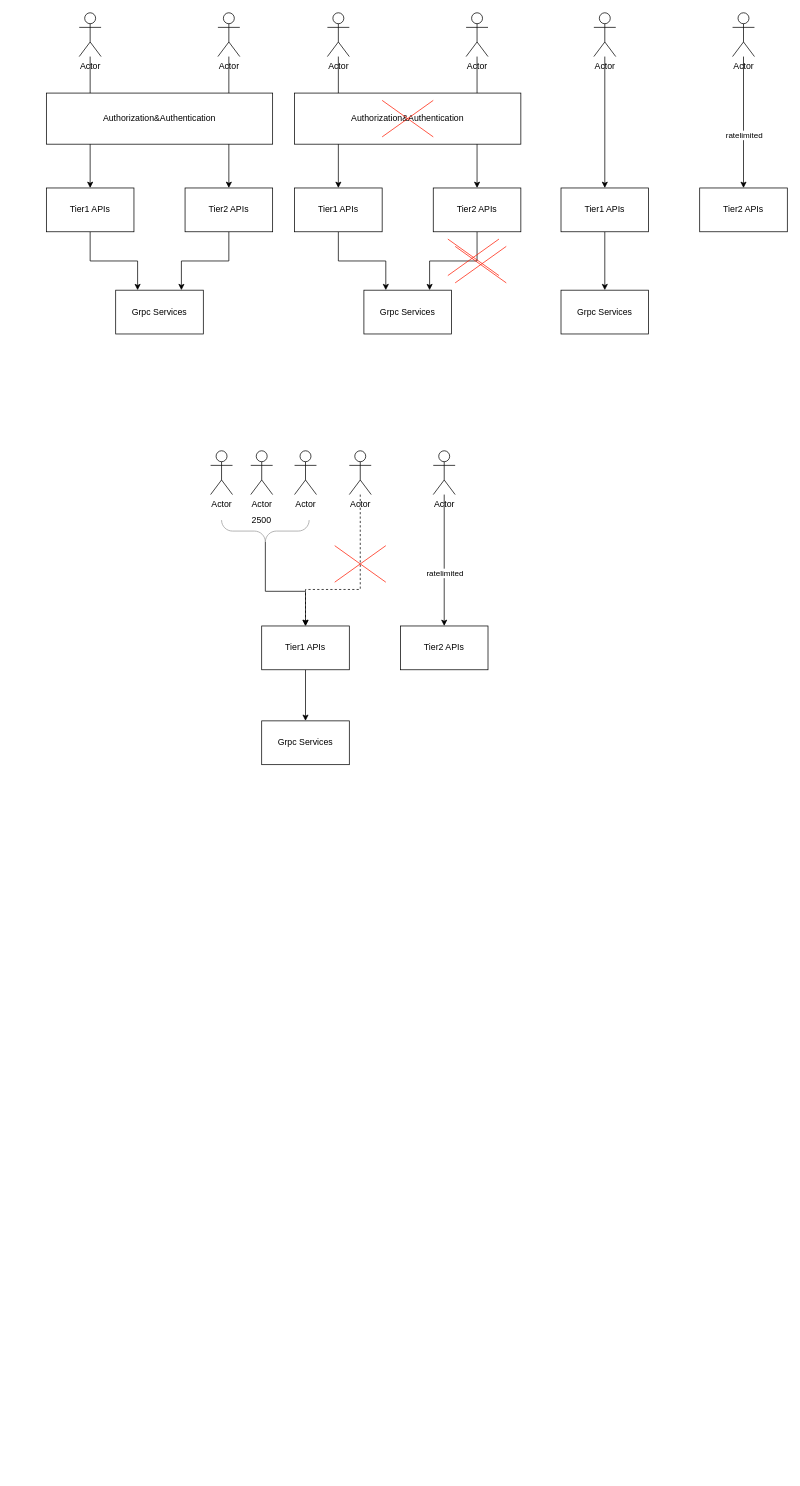
This is API Downgrade.drawio from evagle/awesome, a draw.io file, before an edit. Source tidied: cells renumbered, new cells numbered last; positions are measured from the earlier drawing's top-left corner, leaving out a move shared by most shapes. Both pictures are drawn from the tidied source at 73%, with x=0, y=0 at pixel (46, 12). Pictures stored in the file or linked from it are replaced by grey dashed boxes.
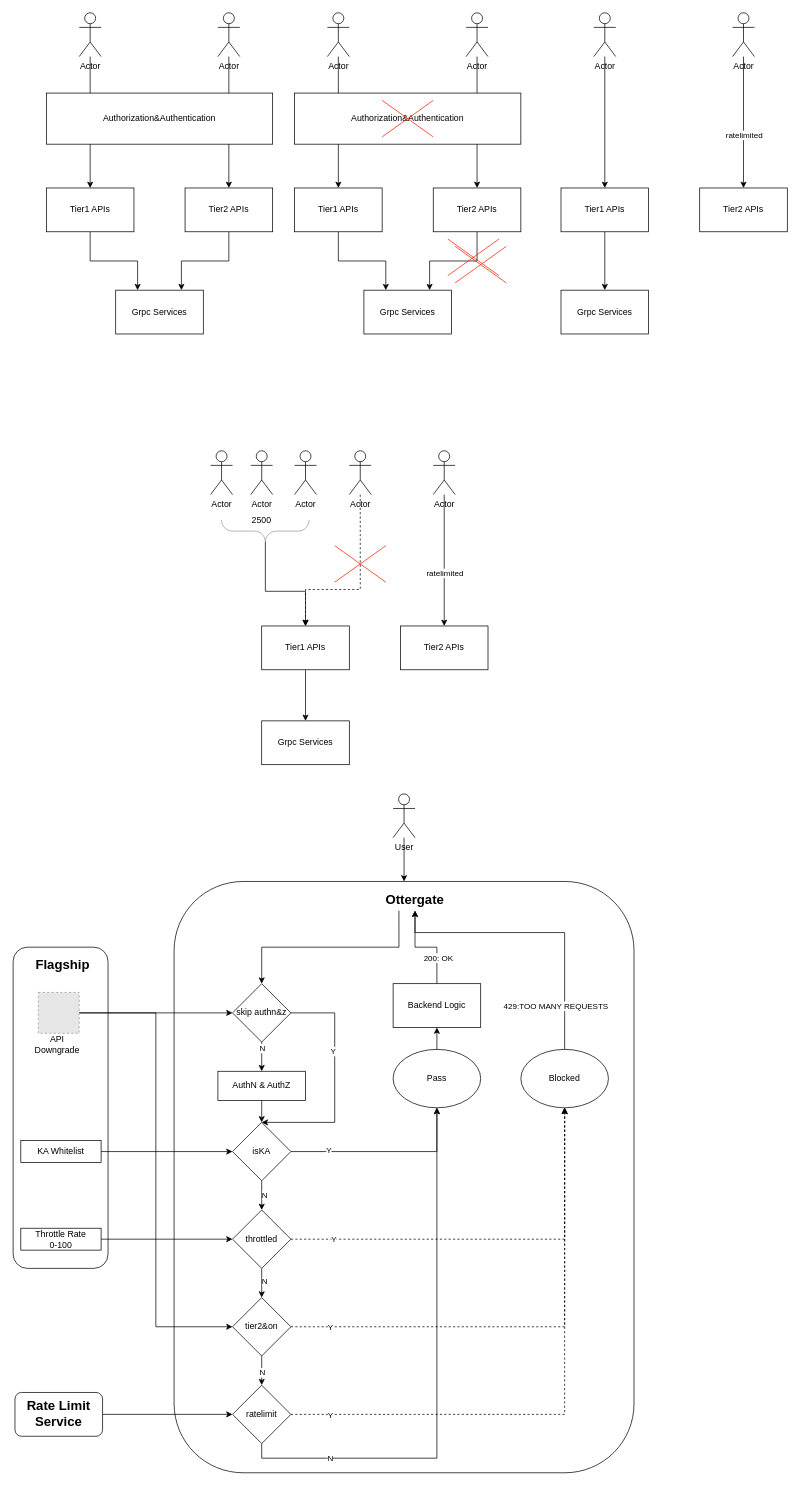
Above is the later version.

The edit, as a diff of the source:
```diff
@@
+    <mxCell id="58" style="rounded=1;whiteSpace=wrap;html=1;" parent="1" vertex="1">
+      <mxGeometry x="175" y="1190" width="630" height="810" as="geometry" />
+    </mxCell>
@@
+    <mxCell id="59" style="edgeStyle=orthogonalEdgeStyle;rounded=0;jettySize=auto;html=1;entryX=0.5;entryY=0;entryDx=0;entryDy=0;exitX=0.5;exitY=1;exitDx=0;exitDy=0;" parent="1" edge="1" source="105" target="66">
+      <mxGeometry relative="1" as="geometry" />
+    </mxCell>
+    <mxCell id="60" value="N" style="edgeLabel;html=1;align=center;verticalAlign=middle;" parent="59" vertex="1">
+      <mxGeometry x="-0.6" relative="1" as="geometry" />
+    </mxCell>
+    <mxCell id="61" style="edgeStyle=orthogonalEdgeStyle;rounded=0;jettySize=auto;html=1;entryX=0.5;entryY=0;entryDx=0;entryDy=0;" parent="1" edge="1" source="62" target="58">
+      <mxGeometry relative="1" as="geometry" />
+    </mxCell>
+    <mxCell id="62" value="User" style="shape=umlActor;verticalLabelPosition=bottom;verticalAlign=top;html=1;outlineConnect=0;" parent="1" vertex="1">
+      <mxGeometry x="475" y="1070" width="30" height="60" as="geometry" />
+    </mxCell>
+    <mxCell id="63" style="edgeStyle=orthogonalEdgeStyle;rounded=0;jettySize=auto;html=1;exitX=0.133;exitY=1;exitDx=0;exitDy=0;entryX=0.5;entryY=0;entryDx=0;entryDy=0;exitPerimeter=0;" parent="1" edge="1" source="64" target="105">
+      <mxGeometry relative="1" as="geometry" />
+    </mxCell>
+    <mxCell id="64" value="&lt;b&gt;&lt;font style=&quot;font-size: 18px;&quot;&gt;Ottergate&lt;/font&gt;&lt;/b&gt;" style="text;html=1;strokeColor=none;fillColor=none;align=center;verticalAlign=middle;whiteSpace=wrap;rounded=0;" parent="1" vertex="1">
+      <mxGeometry x="475" y="1200" width="60" height="30" as="geometry" />
+    </mxCell>
+    <mxCell id="65" style="edgeStyle=orthogonalEdgeStyle;rounded=0;jettySize=auto;html=1;exitX=0.5;exitY=1;exitDx=0;exitDy=0;entryX=0.5;entryY=0;entryDx=0;entryDy=0;" parent="1" edge="1" source="66" target="75">
+      <mxGeometry relative="1" as="geometry" />
+    </mxCell>
+    <mxCell id="66" value="AuthN &amp;amp; AuthZ" style="rounded=0;whiteSpace=wrap;html=1;" parent="1" vertex="1">
+      <mxGeometry x="235" y="1450" width="120" height="40" as="geometry" />
+    </mxCell>
+    <mxCell id="67" style="rounded=1;whiteSpace=wrap;html=1;" parent="1" vertex="1">
+      <mxGeometry x="-45.5" y="1280" width="130" height="440" as="geometry" />
+    </mxCell>
+    <mxCell id="68" value="&lt;b&gt;&lt;font style=&quot;font-size: 18px;&quot;&gt;Flagship&lt;/font&gt;&lt;/b&gt;" style="text;html=1;strokeColor=none;fillColor=none;align=center;verticalAlign=middle;whiteSpace=wrap;rounded=0;" parent="1" vertex="1">
+      <mxGeometry x="-25" y="1290" width="95" height="30" as="geometry" />
+    </mxCell>
+    <mxCell id="69" style="edgeStyle=orthogonalEdgeStyle;rounded=0;jettySize=auto;html=1;exitX=1;exitY=0.5;exitDx=0;exitDy=0;entryX=0;entryY=0.5;entryDx=0;entryDy=0;" parent="1" edge="1" source="70" target="75">
+      <mxGeometry relative="1" as="geometry" />
+    </mxCell>
+    <mxCell id="70" value="KA Whitelist" style="rounded=0;whiteSpace=wrap;html=1;" parent="1" vertex="1">
+      <mxGeometry x="-35" y="1545" width="110" height="30" as="geometry" />
+    </mxCell>
+    <mxCell id="71" style="edgeStyle=orthogonalEdgeStyle;rounded=0;jettySize=auto;html=1;entryX=0.5;entryY=1;entryDx=0;entryDy=0;" parent="1" edge="1" source="75" target="84">
+      <mxGeometry relative="1" as="geometry" />
+    </mxCell>
+    <mxCell id="72" value="Y" style="edgeLabel;html=1;align=center;verticalAlign=middle;" parent="71" vertex="1">
+      <mxGeometry x="-0.61" y="2" relative="1" as="geometry" />
+    </mxCell>
+    <mxCell id="73" style="edgeStyle=orthogonalEdgeStyle;rounded=0;jettySize=auto;html=1;exitX=0.5;exitY=1;exitDx=0;exitDy=0;entryX=0.5;entryY=0;entryDx=0;entryDy=0;" parent="1" edge="1" source="75" target="82">
+      <mxGeometry relative="1" as="geometry" />
+    </mxCell>
+    <mxCell id="74" value="N" style="edgeLabel;html=1;align=center;verticalAlign=middle;" parent="73" vertex="1">
+      <mxGeometry x="-0.05" y="3" relative="1" as="geometry" />
+    </mxCell>
+    <mxCell id="75" value="isKA" style="rhombus;whiteSpace=wrap;html=1;" parent="1" vertex="1">
+      <mxGeometry x="255" y="1520" width="80" height="80" as="geometry" />
+    </mxCell>
+    <mxCell id="76" style="edgeStyle=orthogonalEdgeStyle;rounded=0;jettySize=auto;html=1;exitX=1;exitY=0.5;exitDx=0;exitDy=0;" parent="1" edge="1" source="77" target="82">
+      <mxGeometry relative="1" as="geometry" />
+    </mxCell>
+    <mxCell id="77" value="Throttle Rate&lt;br&gt;0-100" style="rounded=0;whiteSpace=wrap;html=1;" parent="1" vertex="1">
+      <mxGeometry x="-35" y="1665" width="110" height="30" as="geometry" />
+    </mxCell>
+    <mxCell id="78" style="edgeStyle=orthogonalEdgeStyle;rounded=0;jettySize=auto;html=1;exitX=1;exitY=0.5;exitDx=0;exitDy=0;entryX=0.5;entryY=1;entryDx=0;entryDy=0;dashed=1;" parent="1" edge="1" source="82" target="87">
+      <mxGeometry relative="1" as="geometry" />
+    </mxCell>
+    <mxCell id="79" value="Y" style="edgeLabel;html=1;align=center;verticalAlign=middle;" parent="78" vertex="1">
+      <mxGeometry x="-0.87" y="-2" relative="1" as="geometry">
+        <mxPoint x="22" y="-2" as="offset" />
+      </mxGeometry>
+    </mxCell>
+    <mxCell id="80" style="edgeStyle=orthogonalEdgeStyle;rounded=0;jettySize=auto;html=1;exitX=0.5;exitY=1;exitDx=0;exitDy=0;entryX=0.5;entryY=0;entryDx=0;entryDy=0;" parent="1" edge="1" source="82" target="92">
+      <mxGeometry relative="1" as="geometry" />
+    </mxCell>
+    <mxCell id="81" value="N" style="edgeLabel;html=1;align=center;verticalAlign=middle;" parent="80" vertex="1">
+      <mxGeometry x="-0.15" y="3" relative="1" as="geometry" />
+    </mxCell>
+    <mxCell id="82" value="throttled" style="rhombus;whiteSpace=wrap;html=1;" parent="1" vertex="1">
+      <mxGeometry x="255" y="1640" width="80" height="80" as="geometry" />
+    </mxCell>
+    <mxCell id="83" style="edgeStyle=orthogonalEdgeStyle;rounded=0;jettySize=auto;html=1;exitX=0.5;exitY=0;exitDx=0;exitDy=0;entryX=0.5;entryY=1;entryDx=0;entryDy=0;" parent="1" edge="1" source="84" target="102">
+      <mxGeometry relative="1" as="geometry" />
+    </mxCell>
+    <mxCell id="84" value="Pass" style="ellipse;whiteSpace=wrap;html=1;" parent="1" vertex="1">
+      <mxGeometry x="475" y="1420" width="120" height="80" as="geometry" />
+    </mxCell>
+    <mxCell id="85" style="edgeStyle=orthogonalEdgeStyle;rounded=0;jettySize=auto;html=1;exitX=0.5;exitY=0;exitDx=0;exitDy=0;entryX=0.5;entryY=1;entryDx=0;entryDy=0;" parent="1" edge="1" source="87" target="64">
+      <mxGeometry relative="1" as="geometry">
+        <Array as="points">
+          <mxPoint x="710" y="1260" />
+        </Array>
+      </mxGeometry>
+    </mxCell>
+    <mxCell id="86" value="429:TOO MANY REQUESTS" style="edgeLabel;html=1;align=center;verticalAlign=middle;" parent="85" vertex="1">
+      <mxGeometry x="0.19" y="2" relative="1" as="geometry">
+        <mxPoint x="62" y="98" as="offset" />
+      </mxGeometry>
+    </mxCell>
+    <mxCell id="87" value="Blocked" style="ellipse;whiteSpace=wrap;html=1;" parent="1" vertex="1">
+      <mxGeometry x="650" y="1420" width="120" height="80" as="geometry" />
+    </mxCell>
+    <mxCell id="88" style="edgeStyle=orthogonalEdgeStyle;rounded=0;jettySize=auto;html=1;entryX=0.5;entryY=1;entryDx=0;entryDy=0;dashed=1;" parent="1" edge="1" source="92" target="87">
+      <mxGeometry relative="1" as="geometry" />
+    </mxCell>
+    <mxCell id="89" value="Y" style="edgeLabel;html=1;align=center;verticalAlign=middle;" parent="88" vertex="1">
+      <mxGeometry x="-0.75" y="-1" relative="1" as="geometry">
+        <mxPoint x="-31" y="-1" as="offset" />
+      </mxGeometry>
+    </mxCell>
+    <mxCell id="90" style="edgeStyle=orthogonalEdgeStyle;rounded=0;jettySize=auto;html=1;exitX=0.5;exitY=1;exitDx=0;exitDy=0;entryX=0.5;entryY=0;entryDx=0;entryDy=0;" parent="1" edge="1" source="92" target="99">
+      <mxGeometry relative="1" as="geometry" />
+    </mxCell>
+    <mxCell id="91" value="N" style="edgeLabel;html=1;align=center;verticalAlign=middle;" parent="90" vertex="1">
+      <mxGeometry x="0.1" relative="1" as="geometry" />
+    </mxCell>
+    <mxCell id="92" value="tier2&amp;amp;on" style="rhombus;whiteSpace=wrap;html=1;" parent="1" vertex="1">
+      <mxGeometry x="255" y="1760" width="80" height="80" as="geometry" />
+    </mxCell>
+    <mxCell id="93" style="edgeStyle=orthogonalEdgeStyle;rounded=0;jettySize=auto;html=1;exitX=1;exitY=0.5;exitDx=0;exitDy=0;" parent="1" edge="1" source="94" target="99">
+      <mxGeometry relative="1" as="geometry" />
+    </mxCell>
+    <mxCell id="94" value="&lt;b&gt;&lt;font style=&quot;font-size: 18px;&quot;&gt;Rate Limit Service&lt;/font&gt;&lt;/b&gt;" style="rounded=1;whiteSpace=wrap;html=1;" parent="1" vertex="1">
+      <mxGeometry x="-43" y="1890" width="120" height="60" as="geometry" />
+    </mxCell>
+    <mxCell id="95" style="edgeStyle=orthogonalEdgeStyle;rounded=0;jettySize=auto;html=1;exitX=1;exitY=0.5;exitDx=0;exitDy=0;entryX=0.5;entryY=1;entryDx=0;entryDy=0;dashed=1;" parent="1" edge="1" source="99" target="87">
+      <mxGeometry relative="1" as="geometry" />
+    </mxCell>
+    <mxCell id="96" value="Y" style="edgeLabel;html=1;align=center;verticalAlign=middle;" parent="95" vertex="1">
+      <mxGeometry x="-0.77" y="2" relative="1" as="geometry">
+        <mxPoint x="-38" y="2" as="offset" />
+      </mxGeometry>
+    </mxCell>
+    <mxCell id="97" style="edgeStyle=orthogonalEdgeStyle;rounded=0;jettySize=auto;html=1;exitX=0.5;exitY=1;exitDx=0;exitDy=0;entryX=0.5;entryY=1;entryDx=0;entryDy=0;" parent="1" edge="1" source="99" target="84">
+      <mxGeometry relative="1" as="geometry" />
+    </mxCell>
+    <mxCell id="98" value="N" style="edgeLabel;html=1;align=center;verticalAlign=middle;" parent="97" vertex="1">
+      <mxGeometry x="-0.72" relative="1" as="geometry">
+        <mxPoint x="9" as="offset" />
+      </mxGeometry>
+    </mxCell>
+    <mxCell id="99" value="ratelimit" style="rhombus;whiteSpace=wrap;html=1;" parent="1" vertex="1">
+      <mxGeometry x="255" y="1880" width="80" height="80" as="geometry" />
+    </mxCell>
+    <mxCell id="100" style="edgeStyle=orthogonalEdgeStyle;rounded=0;jettySize=auto;html=1;exitX=0.5;exitY=0;exitDx=0;exitDy=0;entryX=0.5;entryY=1;entryDx=0;entryDy=0;" parent="1" edge="1" source="102" target="64">
+      <mxGeometry relative="1" as="geometry" />
+    </mxCell>
+    <mxCell id="101" value="200: OK" style="edgeLabel;html=1;align=center;verticalAlign=middle;" parent="100" vertex="1">
+      <mxGeometry x="-0.45" y="-1" relative="1" as="geometry" />
+    </mxCell>
+    <mxCell id="102" value="Backend Logic" style="rounded=0;whiteSpace=wrap;html=1;" parent="1" vertex="1">
+      <mxGeometry x="475" y="1330" width="120" height="60" as="geometry" />
+    </mxCell>
+    <mxCell id="103" style="edgeStyle=orthogonalEdgeStyle;rounded=0;jettySize=auto;html=1;exitX=1;exitY=0.5;exitDx=0;exitDy=0;entryX=0.5;entryY=0;entryDx=0;entryDy=0;" parent="1" edge="1" source="105" target="75">
+      <mxGeometry relative="1" as="geometry">
+        <Array as="points">
+          <mxPoint x="395" y="1370" />
+          <mxPoint x="395" y="1520" />
+        </Array>
+      </mxGeometry>
+    </mxCell>
+    <mxCell id="104" value="Y" style="edgeLabel;html=1;align=center;verticalAlign=middle;" parent="103" vertex="1">
+      <mxGeometry x="-0.28" y="-3" relative="1" as="geometry" />
+    </mxCell>
+    <mxCell id="105" value="skip authn&amp;amp;z" style="rhombus;whiteSpace=wrap;html=1;" parent="1" vertex="1">
+      <mxGeometry x="255" y="1330" width="80" height="80" as="geometry" />
+    </mxCell>
+    <mxCell id="106" style="edgeStyle=orthogonalEdgeStyle;rounded=0;jettySize=auto;html=1;exitX=1;exitY=0.5;exitDx=0;exitDy=0;entryX=0;entryY=0.5;entryDx=0;entryDy=0;" parent="1" edge="1" source="108" target="105">
+      <mxGeometry relative="1" as="geometry" />
+    </mxCell>
+    <mxCell id="107" style="edgeStyle=orthogonalEdgeStyle;rounded=0;jettySize=auto;html=1;exitX=1;exitY=0.5;exitDx=0;exitDy=0;entryX=0;entryY=0.5;entryDx=0;entryDy=0;" parent="1" edge="1" source="108" target="92">
+      <mxGeometry relative="1" as="geometry" />
+    </mxCell>
+    <mxCell id="108" style="fillColor=#E6E6E6;strokeColor=#999999;dashed=1;html=1;verticalAlign=top;verticalLabelPosition=bottom;labelBackgroundColor=#ffffff;" parent="1" vertex="1">
+      <mxGeometry x="-11" y="1342" width="56" height="56" as="geometry" />
+    </mxCell>
+    <mxCell id="109" value="API Downgrade" style="text;html=1;strokeColor=none;fillColor=none;align=center;verticalAlign=middle;whiteSpace=wrap;rounded=0;" parent="1" vertex="1">
+      <mxGeometry x="-15" y="1398" width="60" height="30" as="geometry" />
+    </mxCell>
```
